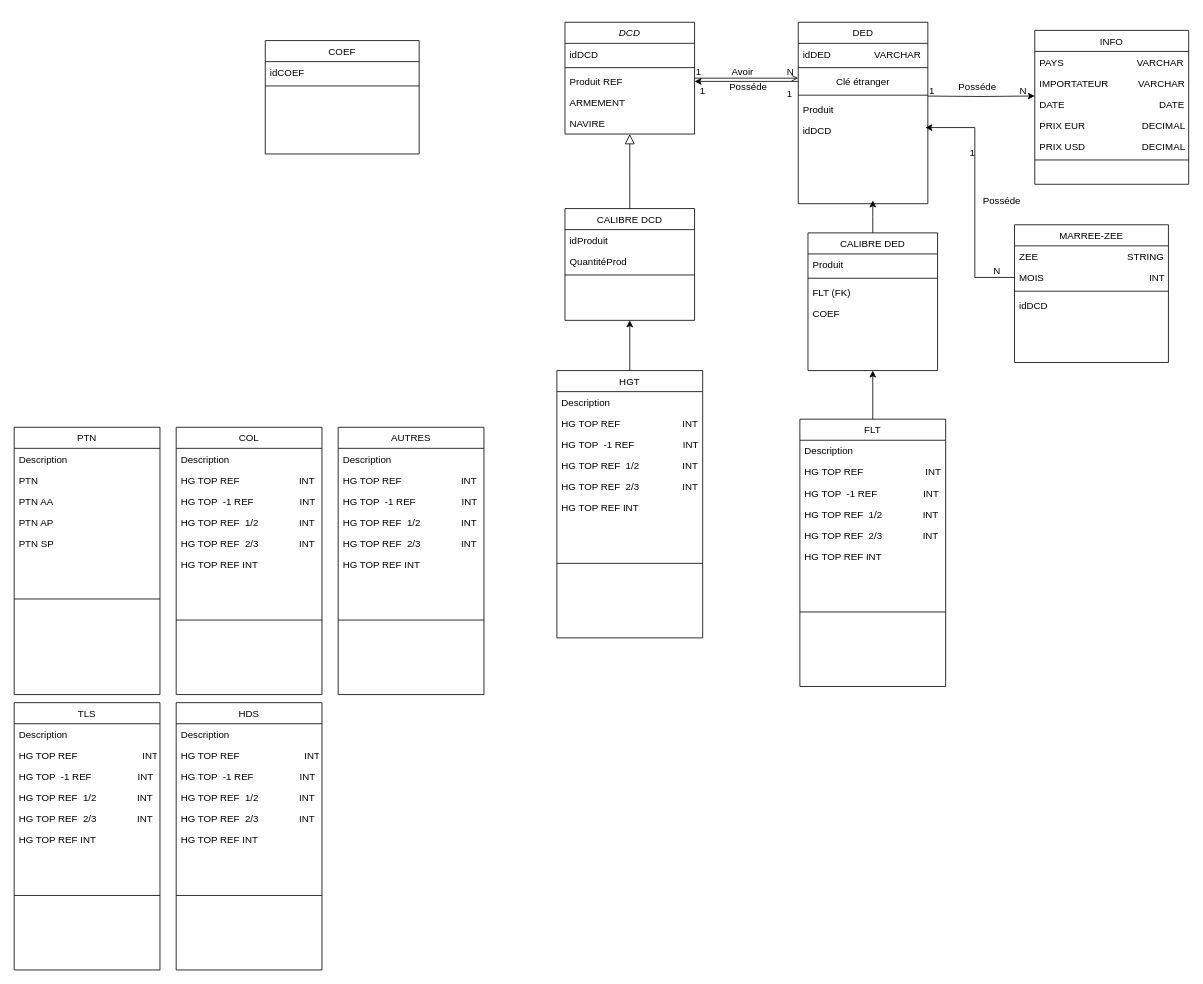
Before: main/Diagramme sans nom.drawio in Nik97410/BDD, a draw.io diagram. Source tidied: cells renumbered, new cells numbered last; positions are measured from the earlier drawing's top-left corner, leaving out a move shared by most shapes. Both pictures are drawn from the tidied source at 81%, with x=0, y=0 at pixel (14, 22).
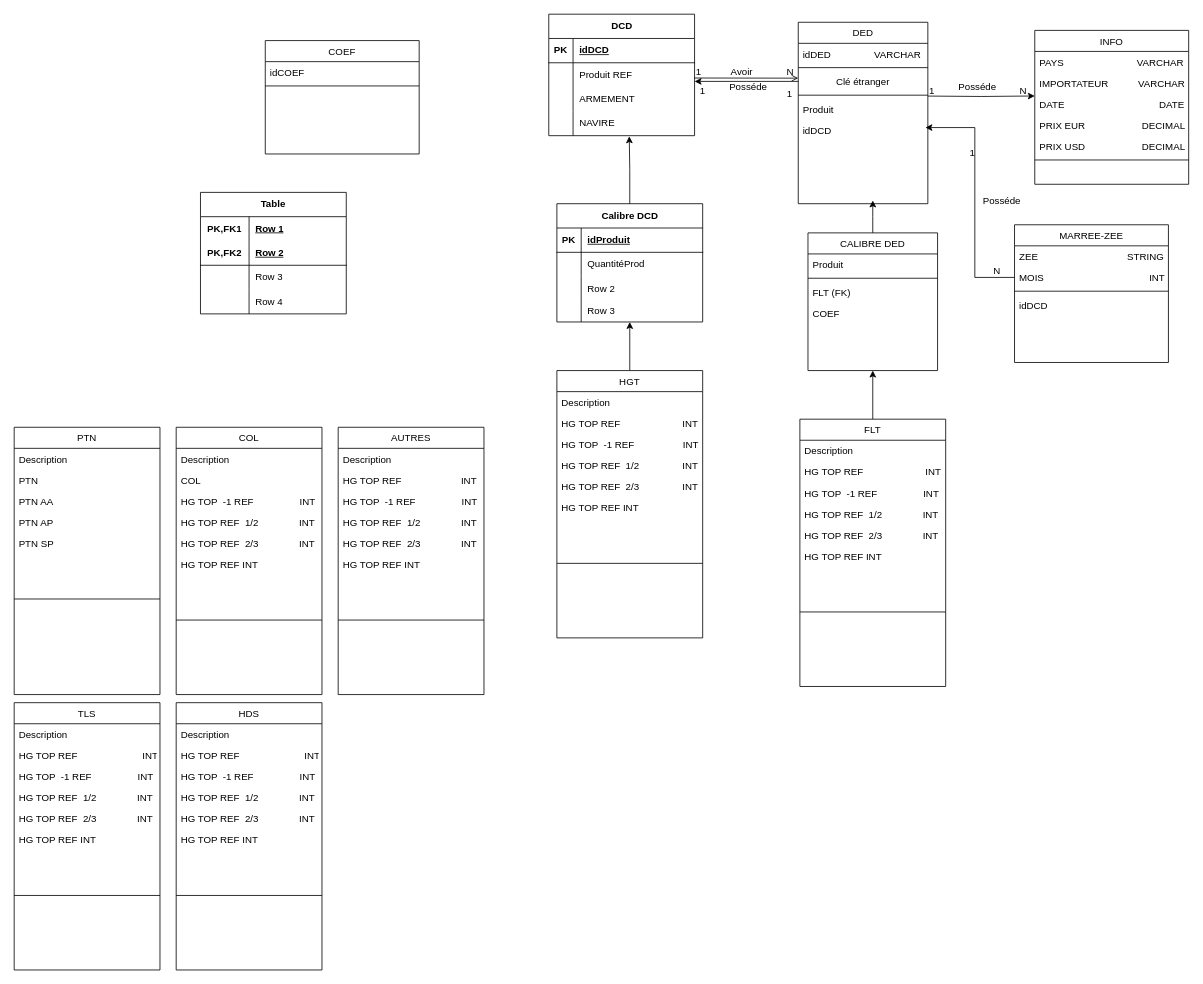
The same page after the edit.

Commit message:
Mettre à jour Diagramme sans nom.drawio

Unchanged cells that the change refers to:
```xml
<mxCell id="19" value="DED" style="swimlane;fontStyle=0;align=center;verticalAlign=top;horizontal=1;startSize=26;rounded=0;shadow=0;strokeWidth=1;" parent="1" vertex="1">
  <mxGeometry x="968" width="160" height="224" as="geometry" />
</mxCell>
<mxCell id="23" value="Clé étranger" style="text;align=center;verticalAlign=top;spacingLeft=4;spacingRight=4;overflow=hidden;points=[[0,0.5],[1,0.5]];portConstraint=eastwest;" parent="19" vertex="1">
  <mxGeometry y="60" width="160" height="26" as="geometry" />
</mxCell>
<mxCell id="32" value="HGT" style="swimlane;fontStyle=0;align=center;verticalAlign=top;horizontal=1;startSize=26;rounded=0;shadow=0;strokeWidth=1;" parent="1" vertex="1">
  <mxGeometry x="670" y="430" width="180" height="330" as="geometry" />
</mxCell>
<mxCell id="82" value="COL" style="swimlane;fontStyle=0;align=center;verticalAlign=top;horizontal=1;startSize=26;rounded=0;shadow=0;strokeWidth=1;" parent="1" vertex="1">
  <mxGeometry x="200" y="500" width="180" height="330" as="geometry" />
</mxCell>
```

What changed in the source:
```diff
@@
-    <mxCell id="2" value="DCD" style="swimlane;fontStyle=2;align=center;verticalAlign=top;horizontal=1;startSize=26;rounded=0;shadow=0;strokeWidth=1;" parent="1" vertex="1">
-      <mxGeometry x="680" width="160" height="138" as="geometry" />
-    </mxCell>
-    <mxCell id="3" value="idDCD" style="text;align=left;verticalAlign=top;spacingLeft=4;spacingRight=4;overflow=hidden;" parent="2" vertex="1">
-      <mxGeometry y="26" width="160" height="26" as="geometry" />
-    </mxCell>
-    <mxCell id="4" style="line;html=1;strokeWidth=1;align=left;verticalAlign=middle;spacingTop=-1;spacingLeft=3;spacingRight=3;labelPosition=right;" parent="2" vertex="1">
-      <mxGeometry y="52" width="160" height="8" as="geometry" />
-    </mxCell>
-    <mxCell id="5" value="Produit REF" style="text;align=left;verticalAlign=top;spacingLeft=4;spacingRight=4;overflow=hidden;points=[[0,0.5],[1,0.5]];portConstraint=eastwest;" parent="2" vertex="1">
-      <mxGeometry y="60" width="160" height="26" as="geometry" />
-    </mxCell>
-    <mxCell id="6" value="ARMEMENT" style="text;align=left;verticalAlign=top;spacingLeft=4;spacingRight=4;overflow=hidden;" parent="2" vertex="1">
-      <mxGeometry y="86" width="160" height="26" as="geometry" />
-    </mxCell>
-    <mxCell id="7" value="NAVIRE" style="text;align=left;verticalAlign=top;spacingLeft=4;spacingRight=4;overflow=hidden;" parent="2" vertex="1">
-      <mxGeometry y="112" width="160" height="26" as="geometry" />
-    </mxCell>
-    <mxCell id="8" value="CALIBRE DCD" style="swimlane;fontStyle=0;align=center;verticalAlign=top;horizontal=1;startSize=26;rounded=0;shadow=0;strokeWidth=1;" parent="1" vertex="1">
-      <mxGeometry x="680" y="230" width="160" height="138" as="geometry" />
-    </mxCell>
-    <mxCell id="9" value="idProduit&#10;" style="text;align=left;verticalAlign=top;spacingLeft=4;spacingRight=4;overflow=hidden;" parent="8" vertex="1">
-      <mxGeometry y="26" width="160" height="26" as="geometry" />
-    </mxCell>
-    <mxCell id="10" value="QuantitéProd&#10;" style="text;align=left;verticalAlign=top;spacingLeft=4;spacingRight=4;overflow=hidden;" parent="8" vertex="1">
-      <mxGeometry y="52" width="160" height="26" as="geometry" />
-    </mxCell>
-    <mxCell id="11" style="line;html=1;strokeWidth=1;align=left;verticalAlign=middle;spacingTop=-1;spacingLeft=3;spacingRight=3;labelPosition=right;" parent="8" vertex="1">
-      <mxGeometry y="78" width="160" height="8" as="geometry" />
-    </mxCell>
-    <mxCell id="12" style="endArrow=block;endSize=10;endFill=0;shadow=0;strokeWidth=1;rounded=0;edgeStyle=elbowEdgeStyle;elbow=vertical;" parent="1" edge="1" source="8" target="2">
-      <mxGeometry relative="1" as="geometry" />
-    </mxCell>
@@
-    <mxCell id="27" style="endArrow=open;shadow=0;strokeWidth=1;rounded=0;endFill=1;edgeStyle=elbowEdgeStyle;elbow=vertical;" parent="1" edge="1" source="2" target="19">
+    <mxCell id="27" style="endArrow=open;shadow=0;strokeWidth=1;rounded=0;endFill=1;edgeStyle=elbowEdgeStyle;elbow=vertical;" parent="1" edge="1" target="19">
       <mxGeometry x="0.5" y="41" relative="1" as="geometry">
+        <mxPoint x="840" y="68.8" as="sourcePoint" />
         <mxPoint x="-40" y="32" as="offset" />
       </mxGeometry>
     </mxCell>
@@
-    <mxCell id="31" style="edgeStyle=orthogonalEdgeStyle;rounded=0;jettySize=auto;html=1;entryX=0.5;entryY=1;entryDx=0;entryDy=0;" parent="1" edge="1" source="32" target="8">
+    <mxCell id="31" style="edgeStyle=orthogonalEdgeStyle;rounded=0;jettySize=auto;html=1;entryX=0.5;entryY=1;entryDx=0;entryDy=0;entryPerimeter=0;" parent="1" edge="1" source="32" target="143">
       <mxGeometry relative="1" as="geometry" />
     </mxCell>
@@
-    <mxCell id="72" style="edgeStyle=orthogonalEdgeStyle;rounded=0;jettySize=auto;html=1;exitX=0;exitY=0.5;exitDx=0;exitDy=0;entryX=1;entryY=0.5;entryDx=0;entryDy=0;" parent="1" edge="1" source="23" target="5">
-      <mxGeometry relative="1" as="geometry" />
+    <mxCell id="72" style="edgeStyle=orthogonalEdgeStyle;rounded=0;jettySize=auto;html=1;exitX=0;exitY=0.5;exitDx=0;exitDy=0;entryX=1;entryY=0.5;entryDx=0;entryDy=0;" parent="1" edge="1" source="23">
+      <mxGeometry relative="1" as="geometry">
+        <mxPoint x="840" y="73" as="targetPoint" />
+      </mxGeometry>
     </mxCell>
@@
-    <mxCell id="84" value="HG TOP REF                      INT" style="text;align=left;verticalAlign=top;spacingLeft=4;spacingRight=4;overflow=hidden;rounded=0;shadow=0;html=0;" parent="82" vertex="1">
+    <mxCell id="84" value="COL" style="text;align=left;verticalAlign=top;spacingLeft=4;spacingRight=4;overflow=hidden;rounded=0;shadow=0;html=0;" parent="82" vertex="1">
       <mxGeometry y="52" width="180" height="26" as="geometry" />
     </mxCell>
@@
+    <mxCell id="2" value="DCD" style="shape=table;startSize=30;childLayout=tableLayout;rowLines=0;fontStyle=1;align=center;html=1;" parent="1" vertex="1">
+      <mxGeometry x="660" y="-10" width="180" height="150" as="geometry" />
+    </mxCell>
+    <mxCell id="114" style="shape=tableRow;horizontal=0;startSize=0;swimlaneHead=0;swimlaneBody=0;fillColor=none;top=0;left=0;right=0;bottom=1;" parent="2" vertex="1">
+      <mxGeometry y="30" width="180" height="30" as="geometry" />
+    </mxCell>
+    <mxCell id="115" value="PK" style="shape=partialRectangle;fillColor=none;top=0;left=0;bottom=0;right=0;fontStyle=1;overflow=hidden;whiteSpace=wrap;html=1;" parent="114" vertex="1">
+      <mxGeometry width="30" height="30" as="geometry" />
+    </mxCell>
+    <mxCell id="3" value="idDCD" style="shape=partialRectangle;fillColor=none;top=0;left=0;bottom=0;right=0;align=left;spacingLeft=6;fontStyle=5;overflow=hidden;whiteSpace=wrap;html=1;" parent="114" vertex="1">
+      <mxGeometry x="30" width="150" height="30" as="geometry" />
+    </mxCell>
+    <mxCell id="116" style="shape=tableRow;horizontal=0;startSize=0;swimlaneHead=0;swimlaneBody=0;fillColor=none;top=0;left=0;right=0;bottom=0;" parent="2" vertex="1">
+      <mxGeometry y="60" width="180" height="30" as="geometry" />
+    </mxCell>
+    <mxCell id="117" style="shape=partialRectangle;fillColor=none;top=0;left=0;bottom=0;right=0;overflow=hidden;whiteSpace=wrap;html=1;" parent="116" vertex="1">
+      <mxGeometry width="30" height="30" as="geometry" />
+    </mxCell>
+    <mxCell id="5" value="Produit REF" style="shape=partialRectangle;fillColor=none;top=0;left=0;bottom=0;right=0;align=left;spacingLeft=6;overflow=hidden;whiteSpace=wrap;html=1;" parent="116" vertex="1">
+      <mxGeometry x="30" width="150" height="30" as="geometry" />
+    </mxCell>
+    <mxCell id="118" style="shape=tableRow;horizontal=0;startSize=0;swimlaneHead=0;swimlaneBody=0;fillColor=none;top=0;left=0;right=0;bottom=0;" parent="2" vertex="1">
+      <mxGeometry y="90" width="180" height="30" as="geometry" />
+    </mxCell>
+    <mxCell id="119" style="shape=partialRectangle;fillColor=none;top=0;left=0;bottom=0;right=0;overflow=hidden;whiteSpace=wrap;html=1;" parent="118" vertex="1">
+      <mxGeometry width="30" height="30" as="geometry" />
+    </mxCell>
+    <mxCell id="6" value="ARMEMENT" style="shape=partialRectangle;fillColor=none;top=0;left=0;bottom=0;right=0;align=left;spacingLeft=6;overflow=hidden;whiteSpace=wrap;html=1;" parent="118" vertex="1">
+      <mxGeometry x="30" width="150" height="30" as="geometry" />
+    </mxCell>
+    <mxCell id="120" style="shape=tableRow;horizontal=0;startSize=0;swimlaneHead=0;swimlaneBody=0;fillColor=none;points=[[0,0.5],[1,0.5]];portConstraint=eastwest;top=0;left=0;right=0;bottom=0;" parent="2" vertex="1">
+      <mxGeometry y="120" width="180" height="30" as="geometry" />
+    </mxCell>
+    <mxCell id="121" style="shape=partialRectangle;fillColor=none;top=0;left=0;bottom=0;right=0;overflow=hidden;whiteSpace=wrap;html=1;" parent="120" vertex="1">
+      <mxGeometry width="30" height="30" as="geometry" />
+    </mxCell>
+    <mxCell id="7" value="NAVIRE" style="shape=partialRectangle;fillColor=none;top=0;left=0;bottom=0;right=0;align=left;spacingLeft=6;overflow=hidden;whiteSpace=wrap;html=1;" parent="120" vertex="1">
+      <mxGeometry x="30" width="150" height="30" as="geometry" />
+    </mxCell>
+    <mxCell id="122" value="Table" style="shape=table;startSize=30;childLayout=tableLayout;rowLines=0;fontStyle=1;align=center;html=1;whiteSpace=wrap;" parent="1" vertex="1">
+      <mxGeometry x="230" y="210" width="180" height="150" as="geometry" />
+    </mxCell>
+    <mxCell id="123" style="shape=tableRow;horizontal=0;startSize=0;swimlaneHead=0;swimlaneBody=0;fillColor=none;top=0;left=0;right=0;bottom=0;html=1;" parent="122" vertex="1">
+      <mxGeometry y="30" width="180" height="30" as="geometry" />
+    </mxCell>
+    <mxCell id="124" value="PK,FK1" style="shape=partialRectangle;fillColor=none;top=0;left=0;bottom=0;right=0;fontStyle=1;overflow=hidden;html=1;whiteSpace=wrap;" parent="123" vertex="1">
+      <mxGeometry width="60" height="30" as="geometry" />
+    </mxCell>
+    <mxCell id="125" value="Row 1" style="shape=partialRectangle;fillColor=none;top=0;left=0;bottom=0;right=0;align=left;spacingLeft=6;fontStyle=5;overflow=hidden;html=1;whiteSpace=wrap;" parent="123" vertex="1">
+      <mxGeometry x="60" width="120" height="30" as="geometry" />
+    </mxCell>
+    <mxCell id="126" style="shape=tableRow;horizontal=0;startSize=0;swimlaneHead=0;swimlaneBody=0;fillColor=none;top=0;left=0;right=0;bottom=1;html=1;" parent="122" vertex="1">
+      <mxGeometry y="60" width="180" height="30" as="geometry" />
+    </mxCell>
+    <mxCell id="127" value="PK,FK2" style="shape=partialRectangle;fillColor=none;top=0;left=0;bottom=0;right=0;fontStyle=1;overflow=hidden;html=1;whiteSpace=wrap;" parent="126" vertex="1">
+      <mxGeometry width="60" height="30" as="geometry" />
+    </mxCell>
+    <mxCell id="128" value="Row 2" style="shape=partialRectangle;fillColor=none;top=0;left=0;bottom=0;right=0;align=left;spacingLeft=6;fontStyle=5;overflow=hidden;html=1;whiteSpace=wrap;" parent="126" vertex="1">
+      <mxGeometry x="60" width="120" height="30" as="geometry" />
+    </mxCell>
+    <mxCell id="129" style="shape=tableRow;horizontal=0;startSize=0;swimlaneHead=0;swimlaneBody=0;fillColor=none;top=0;left=0;right=0;bottom=0;html=1;" parent="122" vertex="1">
+      <mxGeometry y="90" width="180" height="30" as="geometry" />
+    </mxCell>
+    <mxCell id="130" style="shape=partialRectangle;fillColor=none;top=0;left=0;bottom=0;right=0;overflow=hidden;html=1;whiteSpace=wrap;" parent="129" vertex="1">
+      <mxGeometry width="60" height="30" as="geometry" />
+    </mxCell>
+    <mxCell id="131" value="Row 3" style="shape=partialRectangle;fillColor=none;top=0;left=0;bottom=0;right=0;align=left;spacingLeft=6;overflow=hidden;html=1;whiteSpace=wrap;" parent="129" vertex="1">
+      <mxGeometry x="60" width="120" height="30" as="geometry" />
+    </mxCell>
+    <mxCell id="132" style="shape=tableRow;horizontal=0;startSize=0;swimlaneHead=0;swimlaneBody=0;fillColor=none;top=0;left=0;right=0;bottom=0;html=1;" parent="122" vertex="1">
+      <mxGeometry y="120" width="180" height="30" as="geometry" />
+    </mxCell>
+    <mxCell id="133" style="shape=partialRectangle;fillColor=none;top=0;left=0;bottom=0;right=0;overflow=hidden;html=1;whiteSpace=wrap;" parent="132" vertex="1">
+      <mxGeometry width="60" height="30" as="geometry" />
+    </mxCell>
+    <mxCell id="134" value="Row 4" style="shape=partialRectangle;fillColor=none;top=0;left=0;bottom=0;right=0;align=left;spacingLeft=6;overflow=hidden;html=1;whiteSpace=wrap;" parent="132" vertex="1">
+      <mxGeometry x="60" width="120" height="30" as="geometry" />
+    </mxCell>
+    <mxCell id="135" value="Calibre DCD" style="shape=table;startSize=30;childLayout=tableLayout;rowLines=0;fontStyle=1;align=center;html=1;" parent="1" vertex="1">
+      <mxGeometry x="670" y="224" width="180" height="146" as="geometry" />
+    </mxCell>
+    <mxCell id="136" style="shape=tableRow;horizontal=0;startSize=0;swimlaneHead=0;swimlaneBody=0;fillColor=none;top=0;left=0;right=0;bottom=1;" parent="135" vertex="1">
+      <mxGeometry y="30" width="180" height="30" as="geometry" />
+    </mxCell>
+    <mxCell id="137" value="PK" style="shape=partialRectangle;fillColor=none;top=0;left=0;bottom=0;right=0;fontStyle=1;overflow=hidden;whiteSpace=wrap;html=1;" parent="136" vertex="1">
+      <mxGeometry width="30" height="30" as="geometry" />
+    </mxCell>
+    <mxCell id="9" value="idProduit" style="shape=partialRectangle;fillColor=none;top=0;left=0;bottom=0;right=0;align=left;spacingLeft=6;fontStyle=5;overflow=hidden;whiteSpace=wrap;html=1;" parent="136" vertex="1">
+      <mxGeometry x="30" width="150" height="30" as="geometry" />
+    </mxCell>
+    <mxCell id="138" style="shape=tableRow;horizontal=0;startSize=0;swimlaneHead=0;swimlaneBody=0;fillColor=none;top=0;left=0;right=0;bottom=0;" parent="135" vertex="1">
+      <mxGeometry y="60" width="180" height="30" as="geometry" />
+    </mxCell>
+    <mxCell id="139" style="shape=partialRectangle;fillColor=none;top=0;left=0;bottom=0;right=0;overflow=hidden;whiteSpace=wrap;html=1;" parent="138" vertex="1">
+      <mxGeometry width="30" height="30" as="geometry" />
+    </mxCell>
+    <mxCell id="10" value="QuantitéProd" style="shape=partialRectangle;fillColor=none;top=0;left=0;bottom=0;right=0;align=left;spacingLeft=6;overflow=hidden;whiteSpace=wrap;html=1;" parent="138" vertex="1">
+      <mxGeometry x="30" width="150" height="30" as="geometry" />
+    </mxCell>
+    <mxCell id="140" style="shape=tableRow;horizontal=0;startSize=0;swimlaneHead=0;swimlaneBody=0;fillColor=none;top=0;left=0;right=0;bottom=0;" parent="135" vertex="1">
+      <mxGeometry y="90" width="180" height="30" as="geometry" />
+    </mxCell>
+    <mxCell id="141" style="shape=partialRectangle;fillColor=none;top=0;left=0;bottom=0;right=0;overflow=hidden;whiteSpace=wrap;html=1;" parent="140" vertex="1">
+      <mxGeometry width="30" height="30" as="geometry" />
+    </mxCell>
+    <mxCell id="142" value="Row 2" style="shape=partialRectangle;fillColor=none;top=0;left=0;bottom=0;right=0;align=left;spacingLeft=6;overflow=hidden;whiteSpace=wrap;html=1;" parent="140" vertex="1">
+      <mxGeometry x="30" width="150" height="30" as="geometry" />
+    </mxCell>
+    <mxCell id="143" style="shape=tableRow;horizontal=0;startSize=0;swimlaneHead=0;swimlaneBody=0;fillColor=none;points=[[0,0.5],[1,0.5]];portConstraint=eastwest;top=0;left=0;right=0;bottom=0;" parent="135" vertex="1">
+      <mxGeometry y="120" width="180" height="26" as="geometry" />
+    </mxCell>
+    <mxCell id="144" style="shape=partialRectangle;fillColor=none;top=0;left=0;bottom=0;right=0;overflow=hidden;whiteSpace=wrap;html=1;" parent="143" vertex="1">
+      <mxGeometry width="30" height="26" as="geometry" />
+    </mxCell>
+    <mxCell id="145" value="Row 3" style="shape=partialRectangle;fillColor=none;top=0;left=0;bottom=0;right=0;align=left;spacingLeft=6;overflow=hidden;whiteSpace=wrap;html=1;" parent="143" vertex="1">
+      <mxGeometry x="30" width="150" height="26" as="geometry" />
+    </mxCell>
+    <mxCell id="146" style="edgeStyle=orthogonalEdgeStyle;rounded=0;jettySize=auto;html=1;exitX=0.5;exitY=0;exitDx=0;exitDy=0;entryX=0.552;entryY=1.025;entryDx=0;entryDy=0;entryPerimeter=0;" parent="1" edge="1" source="135" target="120">
+      <mxGeometry relative="1" as="geometry" />
+    </mxCell>
```
